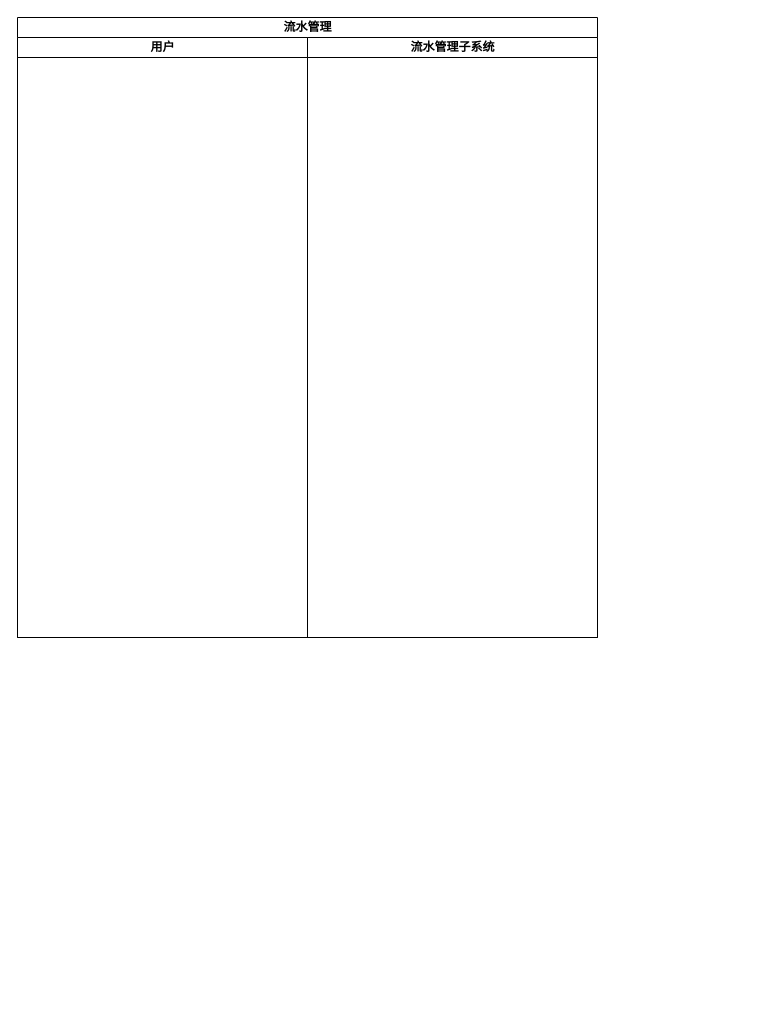
PomeloLemon/SoftwareDiagrams keeps this draw.io diagram as 流水管理活动图.drawio. Above is the earlier version. Source tidied: cells renumbered, new cells numbered last; positions are measured from the earlier drawing's top-left corner, leaving out a move shared by most shapes. Both pictures are drawn from the tidied source at 100%, with x=0, y=0 at pixel (17, 17).
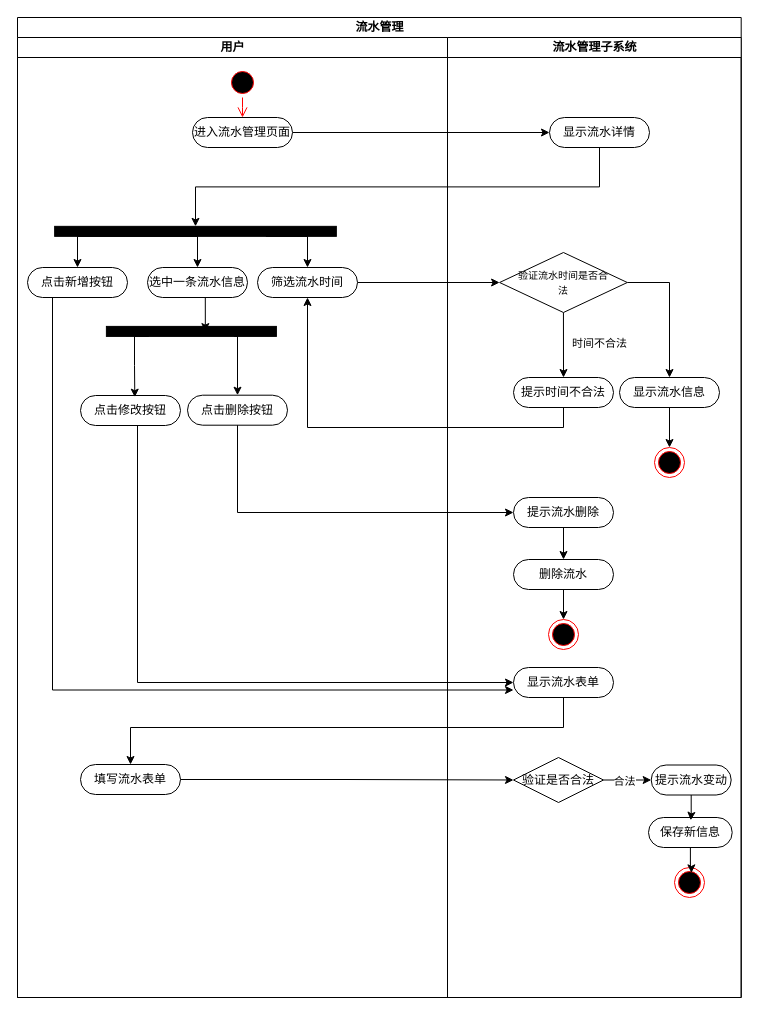
Above is the later version.

Commit message (it also covers changes not shown here):
更新流水管理活动图.drawio

What changed in the source:
```diff
@@
     <mxCell id="2" value="流水管理" style="swimlane;startSize=20;html=1;" parent="1" vertex="1">
-      <mxGeometry width="580" height="620" as="geometry" />
+      <mxGeometry width="723.7" height="980" as="geometry" />
     </mxCell>
+    <mxCell id="5" style="edgeStyle=orthogonalEdgeStyle;rounded=0;jettySize=auto;html=1;exitX=1;exitY=0.5;exitDx=0;exitDy=0;" parent="2" edge="1" source="10" target="25">
+      <mxGeometry relative="1" as="geometry" />
+    </mxCell>
+    <mxCell id="6" style="edgeStyle=orthogonalEdgeStyle;rounded=0;jettySize=auto;html=1;exitX=0.5;exitY=1;exitDx=0;exitDy=0;entryX=0.5;entryY=1;entryDx=0;entryDy=0;" parent="2" edge="1" source="25" target="14">
+      <mxGeometry relative="1" as="geometry" />
+    </mxCell>
+    <mxCell id="7" style="edgeStyle=orthogonalEdgeStyle;rounded=0;jettySize=auto;html=1;entryX=0;entryY=0.5;entryDx=0;entryDy=0;" parent="2" edge="1" source="15" target="28">
+      <mxGeometry relative="1" as="geometry" />
+    </mxCell>
     <mxCell id="3" value="用户" style="swimlane;startSize=20;html=1;" parent="2" vertex="1">
-      <mxGeometry y="20" width="290" height="600" as="geometry" />
+      <mxGeometry y="20" width="430" height="960" as="geometry" />
     </mxCell>
+    <mxCell id="8" style="ellipse;html=1;shape=startState;fillColor=#000000;strokeColor=#ff0000;" parent="3" vertex="1">
+      <mxGeometry x="210" y="30" width="30" height="30" as="geometry" />
+    </mxCell>
+    <mxCell id="9" style="edgeStyle=orthogonalEdgeStyle;html=1;verticalAlign=bottom;endArrow=open;endSize=8;strokeColor=#ff0000;rounded=0;" parent="3" edge="1" source="8">
+      <mxGeometry relative="1" as="geometry">
+        <mxPoint x="225" y="80" as="targetPoint" />
+      </mxGeometry>
+    </mxCell>
+    <mxCell id="10" value="进入流水管理页面" style="rounded=1;whiteSpace=wrap;html=1;shadow=0;comic=0;labelBackgroundColor=none;strokeWidth=1;fontFamily=Verdana;fontSize=12;align=center;arcSize=50;" parent="3" vertex="1">
+      <mxGeometry x="175" y="80" width="100" height="30" as="geometry" />
+    </mxCell>
+    <mxCell id="11" style="edgeStyle=orthogonalEdgeStyle;rounded=0;jettySize=auto;html=1;exitX=0.25;exitY=0;exitDx=0;exitDy=0;entryX=0.5;entryY=0;entryDx=0;entryDy=0;" parent="3" edge="1" source="14" target="15">
+      <mxGeometry relative="1" as="geometry">
+        <Array as="points">
+          <mxPoint x="290" y="199" />
+        </Array>
+      </mxGeometry>
+    </mxCell>
+    <mxCell id="12" style="edgeStyle=orthogonalEdgeStyle;rounded=0;jettySize=auto;html=1;exitX=0.75;exitY=0;exitDx=0;exitDy=0;entryX=0.5;entryY=0;entryDx=0;entryDy=0;" parent="3" edge="1" source="14" target="16">
+      <mxGeometry relative="1" as="geometry">
+        <Array as="points">
+          <mxPoint x="180" y="199" />
+        </Array>
+      </mxGeometry>
+    </mxCell>
+    <mxCell id="13" style="edgeStyle=orthogonalEdgeStyle;rounded=0;jettySize=auto;html=1;exitX=0.75;exitY=0;exitDx=0;exitDy=0;entryX=0.5;entryY=0;entryDx=0;entryDy=0;" parent="3" edge="1" source="14" target="23">
+      <mxGeometry relative="1" as="geometry">
+        <Array as="points">
+          <mxPoint x="60" y="199" />
+        </Array>
+      </mxGeometry>
+    </mxCell>
+    <mxCell id="14" style="whiteSpace=wrap;html=1;rounded=0;shadow=0;comic=0;labelBackgroundColor=none;strokeWidth=1;fillColor=#000000;fontFamily=Verdana;fontSize=12;align=center;rotation=90;direction=south;" parent="3" vertex="1">
+      <mxGeometry x="173" y="53" width="10" height="281.7" as="geometry" />
+    </mxCell>
+    <mxCell id="15" value="筛选流水时间" style="rounded=1;whiteSpace=wrap;html=1;shadow=0;comic=0;labelBackgroundColor=none;strokeWidth=1;fontFamily=Verdana;fontSize=12;align=center;arcSize=50;" parent="3" vertex="1">
+      <mxGeometry x="240" y="230" width="100" height="30" as="geometry" />
+    </mxCell>
+    <mxCell id="16" value="选中一条流水信息" style="rounded=1;whiteSpace=wrap;html=1;shadow=0;comic=0;labelBackgroundColor=none;strokeWidth=1;fontFamily=Verdana;fontSize=12;align=center;arcSize=50;" parent="3" vertex="1">
+      <mxGeometry x="130" y="230" width="100" height="30" as="geometry" />
+    </mxCell>
+    <mxCell id="17" style="edgeStyle=orthogonalEdgeStyle;rounded=0;jettySize=auto;html=1;exitX=0.25;exitY=0;exitDx=0;exitDy=0;entryX=0.5;entryY=0;entryDx=0;entryDy=0;" parent="3" edge="1" source="18" target="20">
+      <mxGeometry relative="1" as="geometry">
+        <Array as="points">
+          <mxPoint x="220" y="299" />
+        </Array>
+      </mxGeometry>
+    </mxCell>
+    <mxCell id="18" style="whiteSpace=wrap;html=1;rounded=0;shadow=0;comic=0;labelBackgroundColor=none;strokeWidth=1;fillColor=#000000;fontFamily=Verdana;fontSize=12;align=center;rotation=90;direction=south;" parent="3" vertex="1">
+      <mxGeometry x="168.9" y="208.9" width="10" height="170" as="geometry" />
+    </mxCell>
+    <mxCell id="19" style="edgeStyle=orthogonalEdgeStyle;rounded=0;jettySize=auto;html=1;exitX=0.5;exitY=1;exitDx=0;exitDy=0;entryX=0.418;entryY=0.481;entryDx=0;entryDy=0;entryPerimeter=0;" parent="3" edge="1" source="16" target="18">
+      <mxGeometry relative="1" as="geometry" />
+    </mxCell>
+    <mxCell id="20" value="点击删除按钮" style="rounded=1;whiteSpace=wrap;html=1;shadow=0;comic=0;labelBackgroundColor=none;strokeWidth=1;fontFamily=Verdana;fontSize=12;align=center;arcSize=50;" parent="3" vertex="1">
+      <mxGeometry x="170" y="357.7" width="100" height="30" as="geometry" />
+    </mxCell>
+    <mxCell id="21" value="点击修改按钮" style="rounded=1;whiteSpace=wrap;html=1;shadow=0;comic=0;labelBackgroundColor=none;strokeWidth=1;fontFamily=Verdana;fontSize=12;align=center;arcSize=50;" parent="3" vertex="1">
+      <mxGeometry x="63" y="358" width="100" height="30" as="geometry" />
+    </mxCell>
+    <mxCell id="22" value="填写流水表单" style="rounded=1;whiteSpace=wrap;html=1;shadow=0;comic=0;labelBackgroundColor=none;strokeWidth=1;fontFamily=Verdana;fontSize=12;align=center;arcSize=50;" parent="3" vertex="1">
+      <mxGeometry x="63" y="727" width="100" height="30" as="geometry" />
+    </mxCell>
+    <mxCell id="23" value="点击新增按钮" style="rounded=1;whiteSpace=wrap;html=1;shadow=0;comic=0;labelBackgroundColor=none;strokeWidth=1;fontFamily=Verdana;fontSize=12;align=center;arcSize=50;" parent="3" vertex="1">
+      <mxGeometry x="10" y="230" width="100" height="30" as="geometry" />
+    </mxCell>
+    <mxCell id="24" style="edgeStyle=orthogonalEdgeStyle;rounded=0;jettySize=auto;html=1;exitX=0.75;exitY=0;exitDx=0;exitDy=0;entryX=0.543;entryY=0.056;entryDx=0;entryDy=0;entryPerimeter=0;" parent="3" edge="1" source="18" target="21">
+      <mxGeometry relative="1" as="geometry">
+        <Array as="points">
+          <mxPoint x="117" y="299" />
+          <mxPoint x="117" y="328" />
+          <mxPoint x="117" y="328" />
+        </Array>
+      </mxGeometry>
+    </mxCell>
     <mxCell id="4" value="流水管理子系统" style="swimlane;startSize=20;html=1;" parent="2" vertex="1">
-      <mxGeometry x="290" y="20" width="290" height="600" as="geometry" />
+      <mxGeometry x="430" y="20" width="293.7" height="960" as="geometry" />
     </mxCell>
+    <mxCell id="25" value="显示流水详情" style="rounded=1;whiteSpace=wrap;html=1;shadow=0;comic=0;labelBackgroundColor=none;strokeWidth=1;fontFamily=Verdana;fontSize=12;align=center;arcSize=50;" parent="4" vertex="1">
+      <mxGeometry x="102" y="80" width="100" height="30" as="geometry" />
+    </mxCell>
+    <mxCell id="26" style="edgeStyle=orthogonalEdgeStyle;rounded=0;jettySize=auto;html=1;exitX=1;exitY=0.5;exitDx=0;exitDy=0;entryX=0.5;entryY=0;entryDx=0;entryDy=0;" parent="4" edge="1" source="28" target="30">
+      <mxGeometry relative="1" as="geometry" />
+    </mxCell>
+    <mxCell id="27" style="edgeStyle=orthogonalEdgeStyle;rounded=0;jettySize=auto;html=1;exitX=0.5;exitY=1;exitDx=0;exitDy=0;entryX=0.5;entryY=0;entryDx=0;entryDy=0;" parent="4" edge="1" source="28" target="32">
+      <mxGeometry relative="1" as="geometry" />
+    </mxCell>
+    <mxCell id="28" value="&lt;font style=&quot;font-size: 10px;&quot;&gt;验证流水时间是否合&lt;br&gt;法&lt;/font&gt;" style="rhombus;whiteSpace=wrap;html=1;" parent="4" vertex="1">
+      <mxGeometry x="52.1" y="215" width="127.7" height="60" as="geometry" />
+    </mxCell>
+    <mxCell id="29" style="edgeStyle=orthogonalEdgeStyle;rounded=0;jettySize=auto;html=1;" parent="4" edge="1" source="30" target="31">
+      <mxGeometry relative="1" as="geometry" />
+    </mxCell>
+    <mxCell id="30" value="显示流水信息" style="rounded=1;whiteSpace=wrap;html=1;shadow=0;comic=0;labelBackgroundColor=none;strokeWidth=1;fontFamily=Verdana;fontSize=12;align=center;arcSize=50;" parent="4" vertex="1">
+      <mxGeometry x="172" y="340" width="100" height="30" as="geometry" />
+    </mxCell>
+    <mxCell id="31" style="ellipse;html=1;shape=endState;fillColor=#000000;strokeColor=#ff0000;" parent="4" vertex="1">
+      <mxGeometry x="207" y="410" width="30" height="30" as="geometry" />
+    </mxCell>
+    <mxCell id="32" value="提示时间不合法" style="rounded=1;whiteSpace=wrap;html=1;shadow=0;comic=0;labelBackgroundColor=none;strokeWidth=1;fontFamily=Verdana;fontSize=12;align=center;arcSize=50;" parent="4" vertex="1">
+      <mxGeometry x="66" y="340" width="100" height="30" as="geometry" />
+    </mxCell>
+    <mxCell id="33" value="时间不合法" style="edgeLabel;html=1;align=center;verticalAlign=middle;" parent="4" vertex="1">
+      <mxGeometry x="102" y="310" as="geometry">
+        <mxPoint x="49" y="-5" as="offset" />
+      </mxGeometry>
+    </mxCell>
+    <mxCell id="34" style="edgeStyle=orthogonalEdgeStyle;rounded=0;jettySize=auto;html=1;exitX=0.5;exitY=1;exitDx=0;exitDy=0;" parent="4" edge="1" source="35" target="37">
+      <mxGeometry relative="1" as="geometry" />
+    </mxCell>
+    <mxCell id="35" value="提示流水删除" style="rounded=1;whiteSpace=wrap;html=1;shadow=0;comic=0;labelBackgroundColor=none;strokeWidth=1;fontFamily=Verdana;fontSize=12;align=center;arcSize=50;" parent="4" vertex="1">
+      <mxGeometry x="66" y="460" width="100" height="30" as="geometry" />
+    </mxCell>
+    <mxCell id="36" style="edgeStyle=orthogonalEdgeStyle;rounded=0;jettySize=auto;html=1;exitX=0.5;exitY=1;exitDx=0;exitDy=0;" parent="4" edge="1" source="37" target="38">
+      <mxGeometry relative="1" as="geometry" />
+    </mxCell>
+    <mxCell id="37" value="删除流水" style="rounded=1;whiteSpace=wrap;html=1;shadow=0;comic=0;labelBackgroundColor=none;strokeWidth=1;fontFamily=Verdana;fontSize=12;align=center;arcSize=50;" parent="4" vertex="1">
+      <mxGeometry x="66" y="522" width="100" height="30" as="geometry" />
+    </mxCell>
+    <mxCell id="38" style="ellipse;html=1;shape=endState;fillColor=#000000;strokeColor=#ff0000;" parent="4" vertex="1">
+      <mxGeometry x="101" y="582" width="30" height="30" as="geometry" />
+    </mxCell>
+    <mxCell id="39" value="显示流水表单" style="rounded=1;whiteSpace=wrap;html=1;shadow=0;comic=0;labelBackgroundColor=none;strokeWidth=1;fontFamily=Verdana;fontSize=12;align=center;arcSize=50;" parent="4" vertex="1">
+      <mxGeometry x="66" y="630" width="100" height="30" as="geometry" />
+    </mxCell>
+    <mxCell id="40" value="验证是否合法" style="rhombus;whiteSpace=wrap;html=1;" parent="4" vertex="1">
+      <mxGeometry x="66" y="720" width="90" height="45" as="geometry" />
+    </mxCell>
+    <mxCell id="41" value="提示流水变动" style="rounded=1;whiteSpace=wrap;html=1;shadow=0;comic=0;labelBackgroundColor=none;strokeWidth=1;fontFamily=Verdana;fontSize=12;align=center;arcSize=50;" parent="4" vertex="1">
+      <mxGeometry x="203.7" y="727.5" width="80" height="30" as="geometry" />
+    </mxCell>
+    <mxCell id="42" style="edgeStyle=orthogonalEdgeStyle;rounded=0;jettySize=auto;html=1;entryX=0;entryY=0.5;entryDx=0;entryDy=0;exitX=1;exitY=0.5;exitDx=0;exitDy=0;" parent="4" edge="1" source="40" target="41">
+      <mxGeometry relative="1" as="geometry" />
+    </mxCell>
+    <mxCell id="43" value="合法" style="edgeLabel;html=1;align=center;verticalAlign=middle;" parent="42" vertex="1">
+      <mxGeometry x="-0.15" y="-1" relative="1" as="geometry" />
+    </mxCell>
+    <mxCell id="44" value="保存新信息" style="rounded=1;whiteSpace=wrap;html=1;shadow=0;comic=0;labelBackgroundColor=none;strokeWidth=1;fontFamily=Verdana;fontSize=12;align=center;arcSize=50;" parent="4" vertex="1">
+      <mxGeometry x="201" y="780" width="83.7" height="30" as="geometry" />
+    </mxCell>
+    <mxCell id="45" style="edgeStyle=orthogonalEdgeStyle;rounded=0;jettySize=auto;html=1;entryX=0.505;entryY=0.093;entryDx=0;entryDy=0;entryPerimeter=0;" parent="4" edge="1" source="41" target="44">
+      <mxGeometry relative="1" as="geometry" />
+    </mxCell>
+    <mxCell id="46" style="ellipse;html=1;shape=endState;fillColor=#000000;strokeColor=#ff0000;" parent="4" vertex="1">
+      <mxGeometry x="227" y="830" width="30" height="30" as="geometry" />
+    </mxCell>
+    <mxCell id="47" style="edgeStyle=orthogonalEdgeStyle;rounded=0;jettySize=auto;html=1;entryX=0.564;entryY=0.179;entryDx=0;entryDy=0;entryPerimeter=0;" parent="4" edge="1" source="44" target="46">
+      <mxGeometry relative="1" as="geometry" />
+    </mxCell>
+    <mxCell id="48" style="edgeStyle=orthogonalEdgeStyle;rounded=0;jettySize=auto;html=1;exitX=0.5;exitY=1;exitDx=0;exitDy=0;entryX=0.5;entryY=1;entryDx=0;entryDy=0;" parent="2" edge="1" source="32" target="15">
+      <mxGeometry relative="1" as="geometry" />
+    </mxCell>
+    <mxCell id="49" style="edgeStyle=orthogonalEdgeStyle;rounded=0;jettySize=auto;html=1;exitX=0.5;exitY=1;exitDx=0;exitDy=0;entryX=0;entryY=0.5;entryDx=0;entryDy=0;" parent="2" edge="1" source="20" target="35">
+      <mxGeometry relative="1" as="geometry" />
+    </mxCell>
+    <mxCell id="50" style="edgeStyle=orthogonalEdgeStyle;rounded=0;jettySize=auto;html=1;entryX=0.5;entryY=0;entryDx=0;entryDy=0;" parent="2" edge="1" source="39" target="22">
+      <mxGeometry relative="1" as="geometry">
+        <Array as="points">
+          <mxPoint x="546" y="710" />
+          <mxPoint x="113" y="710" />
+        </Array>
+      </mxGeometry>
+    </mxCell>
+    <mxCell id="51" style="edgeStyle=orthogonalEdgeStyle;rounded=0;jettySize=auto;html=1;entryX=0;entryY=0.5;entryDx=0;entryDy=0;" parent="2" edge="1" source="22" target="40">
+      <mxGeometry relative="1" as="geometry" />
+    </mxCell>
+    <mxCell id="52" style="edgeStyle=orthogonalEdgeStyle;rounded=0;jettySize=auto;html=1;entryX=0;entryY=0.5;entryDx=0;entryDy=0;" parent="2" edge="1" source="21" target="39">
+      <mxGeometry relative="1" as="geometry">
+        <Array as="points">
+          <mxPoint x="120" y="665" />
+        </Array>
+      </mxGeometry>
+    </mxCell>
+    <mxCell id="53" style="edgeStyle=orthogonalEdgeStyle;rounded=0;jettySize=auto;html=1;exitX=0.25;exitY=1;exitDx=0;exitDy=0;entryX=0;entryY=0.75;entryDx=0;entryDy=0;" parent="2" edge="1" source="23" target="39">
+      <mxGeometry relative="1" as="geometry" />
+    </mxCell>
```
